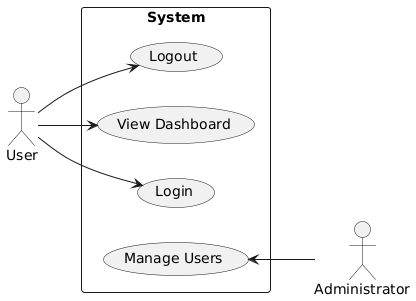
softwareDesign24/collaborateUML-ucd keeps this PlantUML diagram as use-case.png. Above is the earlier version.
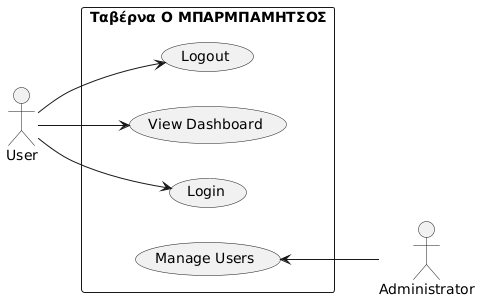
After the change.

Commit message:
Automated UML diagram generation

What changed in the source:
```diff
@@ -5,7 +5,7 @@
 actor "User" as usr
 actor "Administrator" as admin
 
-rectangle System {
+rectangle "Ταβέρνα Ο ΜΠΑΡΜΠΑΜΗΤΣΟΣ" {
   usecase "Login" as UC1
   usecase "View Dashboard" as UC2
   usecase "Logout" as UC3
```
